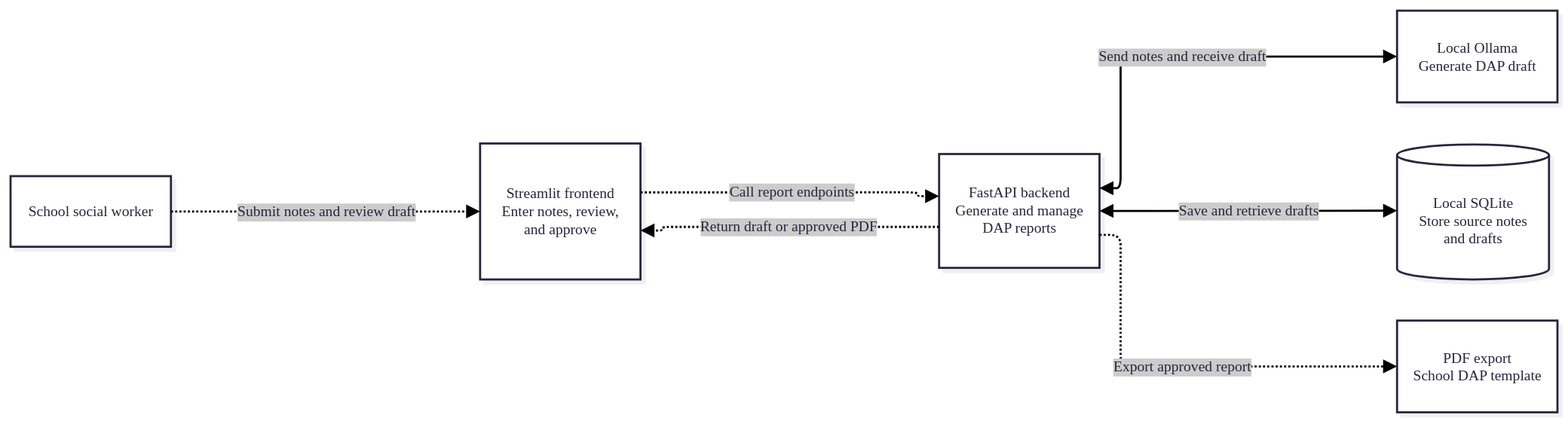
Above: .assets/arch.drawio.svg in OllieOzzy/cmsc495-social-worker-ai-assistant (draw.io), before the change. Source tidied: cells renumbered, new cells last; positions are measured from the earlier drawing's top-left corner, leaving out a move shared by most shapes.
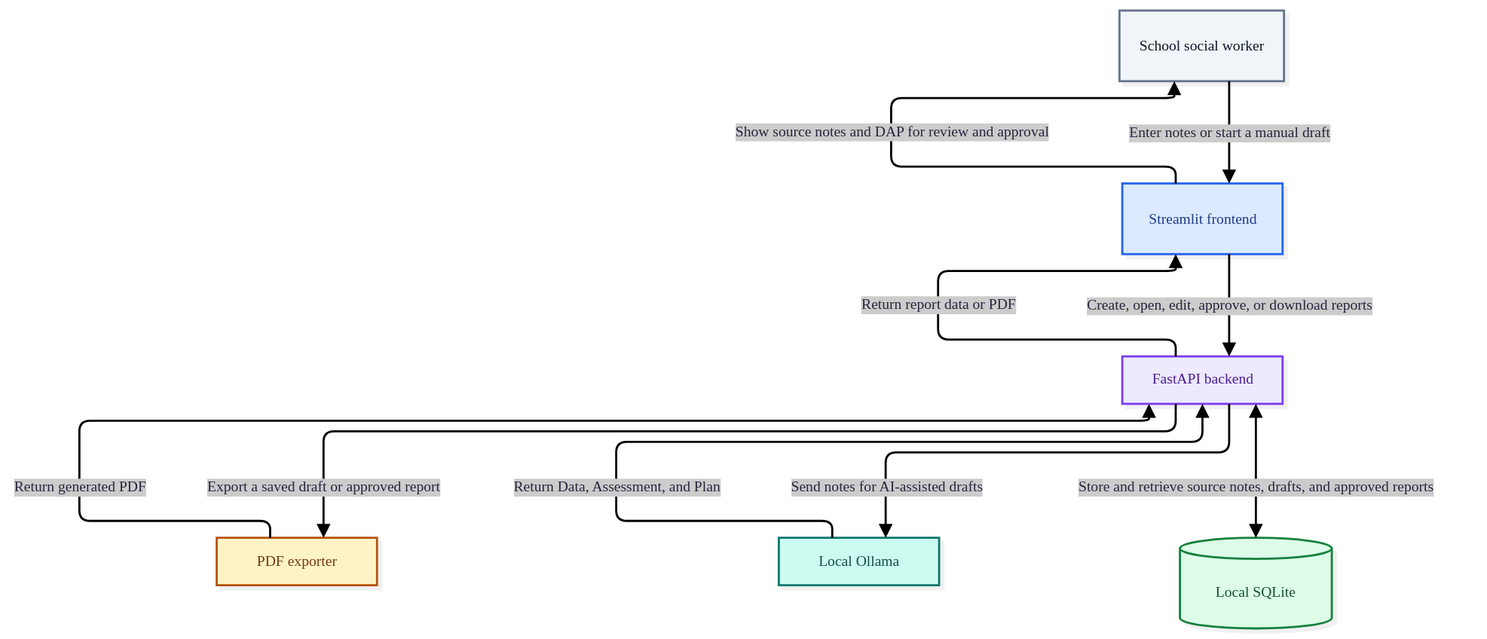
After the commit.

Commit message:
Add local llm setup guide.

The edit, as a diff of the source:
```diff
@@ -5,61 +5,106 @@
     <mxCell id="2" style="group;transparentBounds=1;editIcon=1;lockedGroup=0;groupPadding=10;" parent="1" vertex="1">
       <mxGeometry as="geometry" />
     </mxCell>
-    <mxCell id="3" value="School social worker" style="html=1;whiteSpace=wrap;strokeWidth=2;fillColor=#ffffff;strokeColor=#28253D;fontColor=#28253D;fontFamily=Recursive;fontSize=14;shadow=1;shadowColor=#000000;shadowOffsetX=4;shadowOffsetY=4;shadowBlur=0;shadowOpacity=6;labelWidth=120;fontSource=https%3A%2F%2Ffonts.googleapis.com%2Fcss%3Ffamily%3DRecursive;" parent="2" vertex="1">
-      <mxGeometry x="30" y="187" width="152" height="67" as="geometry" />
+    <mxCell id="3" value="School social worker" style="html=1;whiteSpace=wrap;strokeWidth=2;fillColor=#F1F5F9;strokeColor=#64748B;fontColor=#0F172A;fontFamily=Recursive;fontSize=14;shadow=1;shadowColor=#000000;shadowOffsetX=4;shadowOffsetY=4;shadowBlur=0;shadowOpacity=6;labelWidth=120;fontSource=https%3A%2F%2Ffonts.googleapis.com%2Fcss%3Ffamily%3DRecursive;" parent="2" vertex="1">
+      <mxGeometry x="886" y="30" width="156" height="67" as="geometry" />
     </mxCell>
-    <mxCell id="4" value="Streamlit frontend&#10;Enter notes, review, and approve" style="html=1;whiteSpace=wrap;strokeWidth=2;fillColor=#ffffff;strokeColor=#28253D;fontColor=#28253D;fontFamily=Recursive;fontSize=14;shadow=1;shadowColor=#000000;shadowOffsetX=4;shadowOffsetY=4;shadowBlur=0;shadowOpacity=6;labelWidth=120;fontSource=https%3A%2F%2Ffonts.googleapis.com%2Fcss%3Ffamily%3DRecursive;" parent="2" vertex="1">
-      <mxGeometry x="475" y="156" width="152" height="129" as="geometry" />
-    </mxCell>
-    <mxCell id="5" value="FastAPI backend&#10;Generate and manage DAP reports" style="html=1;whiteSpace=wrap;strokeWidth=2;fillColor=#ffffff;strokeColor=#28253D;fontColor=#28253D;fontFamily=Recursive;fontSize=14;shadow=1;shadowColor=#000000;shadowOffsetX=4;shadowOffsetY=4;shadowBlur=0;shadowOpacity=6;labelWidth=120;fontSource=https%3A%2F%2Ffonts.googleapis.com%2Fcss%3Ffamily%3DRecursive;" parent="2" vertex="1">
-      <mxGeometry x="910" y="166" width="152" height="108" as="geometry" />
-    </mxCell>
-    <mxCell id="6" value="Local Ollama&#10;Generate DAP draft" style="html=1;whiteSpace=wrap;strokeWidth=2;fillColor=#ffffff;strokeColor=#28253D;fontColor=#28253D;fontFamily=Recursive;fontSize=14;shadow=1;shadowColor=#000000;shadowOffsetX=4;shadowOffsetY=4;shadowBlur=0;shadowOpacity=6;labelWidth=120;fontSource=https%3A%2F%2Ffonts.googleapis.com%2Fcss%3Ffamily%3DRecursive;" parent="2" vertex="1">
-      <mxGeometry x="1344" y="30" width="152" height="87" as="geometry" />
-    </mxCell>
-    <mxCell id="7" value="Local SQLite&#10;Store source notes and drafts" style="html=1;shape=cylinder3;boundedLbl=1;backgroundOutline=1;size=10;strokeWidth=2;whiteSpace=wrap;fillColor=#ffffff;strokeColor=#28253D;fontColor=#28253D;fontFamily=Recursive;fontSize=14;shadow=1;shadowColor=#000000;shadowOffsetX=4;shadowOffsetY=4;shadowBlur=0;shadowOpacity=6;labelWidth=120;fontSource=https%3A%2F%2Ffonts.googleapis.com%2Fcss%3Ffamily%3DRecursive;" parent="2" vertex="1">
-      <mxGeometry x="1344" y="157" width="144" height="128" as="geometry" />
-    </mxCell>
-    <mxCell id="8" value="PDF export&#10;School DAP template" style="html=1;whiteSpace=wrap;strokeWidth=2;fillColor=#ffffff;strokeColor=#28253D;fontColor=#28253D;fontFamily=Recursive;fontSize=14;shadow=1;shadowColor=#000000;shadowOffsetX=4;shadowOffsetY=4;shadowBlur=0;shadowOpacity=6;labelWidth=120;fontSource=https%3A%2F%2Ffonts.googleapis.com%2Fcss%3Ffamily%3DRecursive;" parent="2" vertex="1">
-      <mxGeometry x="1344" y="324" width="152" height="87" as="geometry" />
-    </mxCell>
-    <mxCell id="9" value="Submit notes and review draft" style="edgeStyle=orthogonalEdgeStyle;rounded=1;curved=0;dashed=1;dashPattern=2 2;fixDash=1;startArrow=none;endArrow=block;endSize=8;jumpStyle=arc;jumpSize=12;strokeColor=#000000;html=1;fontSize=14;labelBackgroundColor=#cccccc;fontFamily=Recursive;fontColor=#28253D;exitX=1;exitY=0.5;entryX=0;entryY=0.5;strokeWidth=2;targetPerimeterSpacing=4;fontSource=https%3A%2F%2Ffonts.googleapis.com%2Fcss%3Ffamily%3DRecursive;" parent="2" edge="1" source="3" target="4">
-      <mxGeometry relative="1" as="geometry" />
-    </mxCell>
-    <mxCell id="10" value="Call report endpoints" style="edgeStyle=orthogonalEdgeStyle;rounded=1;curved=0;dashed=1;dashPattern=2 2;fixDash=1;startArrow=none;endArrow=block;endSize=8;jumpStyle=arc;jumpSize=12;strokeColor=#000000;html=1;fontSize=14;labelBackgroundColor=#cccccc;fontFamily=Recursive;fontColor=#28253D;exitX=1;exitY=0.36;entryX=0;entryY=0.37;strokeWidth=2;targetPerimeterSpacing=4;fontSource=https%3A%2F%2Ffonts.googleapis.com%2Fcss%3Ffamily%3DRecursive;" parent="2" edge="1" source="4" target="5">
-      <mxGeometry relative="1" as="geometry">
-        <Array as="points">
-          <mxPoint x="890" y="202" />
-          <mxPoint x="890" y="206" />
-        </Array>
-      </mxGeometry>
-    </mxCell>
-    <mxCell id="11" value="Send notes and receive draft" style="edgeStyle=orthogonalEdgeStyle;rounded=1;curved=0;startArrow=block;startSize=8;endArrow=block;endSize=8;jumpStyle=arc;jumpSize=12;strokeColor=#000000;html=1;fontSize=14;labelBackgroundColor=#cccccc;fontFamily=Recursive;fontColor=#28253D;exitX=1;exitY=0.3;entryX=0;entryY=0.5;strokeWidth=2;targetPerimeterSpacing=4;sourcePerimeterSpacing=4;fontSource=https%3A%2F%2Ffonts.googleapis.com%2Fcss%3Ffamily%3DRecursive;" parent="2" edge="1" source="5" target="6">
-      <mxGeometry relative="1" as="geometry">
-        <Array as="points">
-          <mxPoint x="1082" y="198" />
-          <mxPoint x="1082" y="73" />
-        </Array>
-      </mxGeometry>
-    </mxCell>
-    <mxCell id="12" value="Save and retrieve drafts" style="edgeStyle=orthogonalEdgeStyle;rounded=1;curved=0;startArrow=block;startSize=8;endArrow=block;endSize=8;jumpStyle=arc;jumpSize=12;strokeColor=#000000;html=1;fontSize=14;labelBackgroundColor=#cccccc;fontFamily=Recursive;fontColor=#28253D;exitX=1;exitY=0.5;entryX=0;entryY=0.49;strokeWidth=2;targetPerimeterSpacing=4;sourcePerimeterSpacing=4;fontSource=https%3A%2F%2Ffonts.googleapis.com%2Fcss%3Ffamily%3DRecursive;" parent="2" edge="1" source="5" target="7">
-      <mxGeometry relative="1" as="geometry" />
-    </mxCell>
-    <mxCell id="13" value="Export approved report" style="edgeStyle=orthogonalEdgeStyle;rounded=1;curved=0;dashed=1;dashPattern=2 2;fixDash=1;startArrow=none;endArrow=block;endSize=8;jumpStyle=arc;jumpSize=12;strokeColor=#000000;html=1;fontSize=14;labelBackgroundColor=#cccccc;fontFamily=Recursive;fontColor=#28253D;exitX=1;exitY=0.71;entryX=0;entryY=0.5;strokeWidth=2;targetPerimeterSpacing=4;fontSource=https%3A%2F%2Ffonts.googleapis.com%2Fcss%3Ffamily%3DRecursive;" parent="2" edge="1" source="5" target="8">
-      <mxGeometry relative="1" as="geometry">
-        <Array as="points">
-          <mxPoint x="1082" y="242" />
-          <mxPoint x="1082" y="367" />
-        </Array>
-      </mxGeometry>
-    </mxCell>
-    <mxCell id="14" value="Return draft or approved PDF" style="edgeStyle=orthogonalEdgeStyle;rounded=1;curved=0;dashed=1;dashPattern=2 2;fixDash=1;startArrow=none;endArrow=block;endSize=8;jumpStyle=arc;jumpSize=12;strokeColor=#000000;html=1;fontSize=14;labelBackgroundColor=#cccccc;fontFamily=Recursive;fontColor=#28253D;exitX=0;exitY=0.64;entryX=1;entryY=0.64;strokeWidth=2;targetPerimeterSpacing=4;fontSource=https%3A%2F%2Ffonts.googleapis.com%2Fcss%3Ffamily%3DRecursive;" parent="2" edge="1" source="5" target="4">
-      <mxGeometry relative="1" as="geometry">
-        <Array as="points">
-          <mxPoint x="647" y="235" />
-          <mxPoint x="647" y="238" />
-        </Array>
-      </mxGeometry>
-    </mxCell>
+    <mxCell id="15" value="Streamlit frontend" style="html=1;whiteSpace=wrap;strokeWidth=2;fillColor=#DBEAFE;strokeColor=#2563EB;fontColor=#1E3A8A;fontFamily=Recursive;fontSize=14;shadow=1;shadowColor=#000000;shadowOffsetX=4;shadowOffsetY=4;shadowBlur=0;shadowOpacity=6;labelWidth=120;fontSource=https%3A%2F%2Ffonts.googleapis.com%2Fcss%3Ffamily%3DRecursive;" parent="2" vertex="1">
+      <mxGeometry x="888.7" y="194" width="152" height="67" as="geometry" />
+    </mxCell>
+    <mxCell id="16" value="FastAPI backend" style="html=1;whiteSpace=wrap;strokeWidth=2;fillColor=#EDE9FE;strokeColor=#7C3AED;fontColor=#4C1D95;fontFamily=Recursive;fontSize=14;shadow=1;shadowColor=#000000;shadowOffsetX=4;shadowOffsetY=4;shadowBlur=0;shadowOpacity=6;fontSource=https%3A%2F%2Ffonts.googleapis.com%2Fcss%3Ffamily%3DRecursive;" parent="2" vertex="1">
+      <mxGeometry x="888.7" y="358" width="152" height="45" as="geometry" />
+    </mxCell>
+    <mxCell id="17" value="Local Ollama" style="html=1;whiteSpace=wrap;strokeWidth=2;fillColor=#CCFBF1;strokeColor=#0F766E;fontColor=#134E4A;fontFamily=Recursive;fontSize=14;shadow=1;shadowColor=#000000;shadowOffsetX=4;shadowOffsetY=4;shadowBlur=0;shadowOpacity=6;fontSource=https%3A%2F%2Ffonts.googleapis.com%2Fcss%3Ffamily%3DRecursive;" parent="2" vertex="1">
+      <mxGeometry x="563" y="530" width="152" height="45" as="geometry" />
+    </mxCell>
+    <mxCell id="18" value="Local SQLite" style="html=1;shape=cylinder3;boundedLbl=1;backgroundOutline=1;size=10;strokeWidth=2;whiteSpace=wrap;fillColor=#DCFCE7;strokeColor=#15803D;fontColor=#14532D;fontFamily=Recursive;fontSize=14;shadow=1;shadowColor=#000000;shadowOffsetX=4;shadowOffsetY=4;shadowBlur=0;shadowOpacity=6;fontSource=https%3A%2F%2Ffonts.googleapis.com%2Fcss%3Ffamily%3DRecursive;" parent="2" vertex="1">
+      <mxGeometry x="943.3" y="530" width="144" height="86" as="geometry" />
+    </mxCell>
+    <mxCell id="19" value="PDF exporter" style="html=1;whiteSpace=wrap;strokeWidth=2;fillColor=#FEF3C7;strokeColor=#B45309;fontColor=#78350F;fontFamily=Recursive;fontSize=14;shadow=1;shadowColor=#000000;shadowOffsetX=4;shadowOffsetY=4;shadowBlur=0;shadowOpacity=6;fontSource=https%3A%2F%2Ffonts.googleapis.com%2Fcss%3Ffamily%3DRecursive;" parent="2" vertex="1">
+      <mxGeometry x="30" y="530" width="152" height="45" as="geometry" />
+    </mxCell>
+    <mxCell id="20" value="Enter notes or start a manual draft" style="rounded=1;curved=0;startArrow=none;endArrow=block;endSize=8;jumpStyle=arc;jumpSize=12;strokeColor=#000000;html=1;fontSize=14;labelBackgroundColor=#cccccc;fontFamily=Recursive;fontColor=#28253D;strokeWidth=2;targetPerimeterSpacing=4;fontSource=https%3A%2F%2Ffonts.googleapis.com%2Fcss%3Ffamily%3DRecursive;edgeStyle=orthogonalEdgeStyle;exitX=0.6667;exitY=1;entryX=0.6667;entryY=0;" parent="2" edge="1" source="3" target="15">
+      <mxGeometry relative="1" as="geometry">
+        <Array as="points">
+          <mxPoint x="990" y="145.5" />
+        </Array>
+      </mxGeometry>
+    </mxCell>
+    <mxCell id="21" value="Show source notes and DAP for review and approval" style="edgeStyle=orthogonalEdgeStyle;rounded=1;curved=0;startArrow=none;endArrow=block;endSize=8;jumpStyle=arc;jumpSize=12;strokeColor=#000000;html=1;fontSize=14;labelBackgroundColor=#cccccc;fontFamily=Recursive;fontColor=#28253D;strokeWidth=2;targetPerimeterSpacing=4;fontSource=https%3A%2F%2Ffonts.googleapis.com%2Fcss%3Ffamily%3DRecursive;exitX=0.3334;exitY=0;entryX=0.3333;entryY=1;" parent="2" edge="1" source="15" target="3">
+      <mxGeometry relative="1" as="geometry">
+        <Array as="points">
+          <mxPoint x="939.3" y="178" />
+          <mxPoint x="669.5" y="178" />
+          <mxPoint x="669.5" y="113" />
+          <mxPoint x="938" y="113" />
+        </Array>
+        <mxPoint y="-0.7" as="offset" />
+      </mxGeometry>
+    </mxCell>
+    <mxCell id="22" value="Create, open, edit, approve, or download reports" style="rounded=1;curved=0;startArrow=none;endArrow=block;endSize=8;jumpStyle=arc;jumpSize=12;strokeColor=#000000;html=1;fontSize=14;labelBackgroundColor=#cccccc;fontFamily=Recursive;fontColor=#28253D;strokeWidth=2;targetPerimeterSpacing=4;fontSource=https%3A%2F%2Ffonts.googleapis.com%2Fcss%3Ffamily%3DRecursive;edgeStyle=orthogonalEdgeStyle;exitX=0.6667;exitY=1;entryX=0.6667;entryY=0;" parent="2" edge="1" source="15" target="16">
+      <mxGeometry relative="1" as="geometry">
+        <Array as="points">
+          <mxPoint x="990" y="309.5" />
+        </Array>
+      </mxGeometry>
+    </mxCell>
+    <mxCell id="23" value="Return report data or PDF" style="edgeStyle=orthogonalEdgeStyle;rounded=1;curved=0;startArrow=none;endArrow=block;endSize=8;jumpStyle=arc;jumpSize=12;strokeColor=#000000;html=1;fontSize=14;labelBackgroundColor=#cccccc;fontFamily=Recursive;fontColor=#28253D;strokeWidth=2;targetPerimeterSpacing=4;fontSource=https%3A%2F%2Ffonts.googleapis.com%2Fcss%3Ffamily%3DRecursive;exitX=0.3334;exitY=0;entryX=0.3334;entryY=1;" parent="2" edge="1" source="16" target="15">
+      <mxGeometry relative="1" as="geometry">
+        <Array as="points">
+          <mxPoint x="939.3" y="342" />
+          <mxPoint x="714" y="342" />
+          <mxPoint x="714" y="277" />
+          <mxPoint x="939.3" y="277" />
+        </Array>
+      </mxGeometry>
+    </mxCell>
+    <mxCell id="24" value="Send notes for AI-assisted drafts" style="rounded=1;curved=0;startArrow=none;endArrow=block;endSize=8;jumpStyle=arc;jumpSize=12;strokeColor=#000000;html=1;fontSize=14;labelBackgroundColor=#cccccc;fontFamily=Recursive;fontColor=#28253D;strokeWidth=2;targetPerimeterSpacing=4;fontSource=https%3A%2F%2Ffonts.googleapis.com%2Fcss%3Ffamily%3DRecursive;edgeStyle=orthogonalEdgeStyle;exitX=0.6667;exitY=1;entryX=0.6666;entryY=0;" parent="2" edge="1" source="16" target="17">
+      <mxGeometry relative="1" as="geometry">
+        <Array as="points">
+          <mxPoint x="990" y="449" />
+          <mxPoint x="664.3" y="449" />
+        </Array>
+        <mxPoint x="-145.3" y="32.5" as="offset" />
+      </mxGeometry>
+    </mxCell>
+    <mxCell id="25" value="Return Data, Assessment, and Plan" style="edgeStyle=orthogonalEdgeStyle;rounded=1;curved=0;startArrow=none;endArrow=block;endSize=8;jumpStyle=arc;jumpSize=12;strokeColor=#000000;html=1;fontSize=14;labelBackgroundColor=#cccccc;fontFamily=Recursive;fontColor=#28253D;strokeWidth=2;targetPerimeterSpacing=4;fontSource=https%3A%2F%2Ffonts.googleapis.com%2Fcss%3Ffamily%3DRecursive;exitX=0.3333;exitY=0;entryX=0.5;entryY=1;" parent="2" edge="1" source="17" target="16">
+      <mxGeometry relative="1" as="geometry">
+        <Array as="points">
+          <mxPoint x="613.7" y="514" />
+          <mxPoint x="408.8" y="514" />
+          <mxPoint x="408.8" y="439" />
+          <mxPoint x="964.7" y="439" />
+        </Array>
+        <mxPoint x="-148" y="42.5" as="offset" />
+      </mxGeometry>
+    </mxCell>
+    <mxCell id="26" value="Store and retrieve source notes, drafts, and approved reports" style="rounded=1;curved=0;startArrow=block;startSize=8;endArrow=block;endSize=8;jumpStyle=arc;jumpSize=12;strokeColor=#000000;html=1;fontSize=14;labelBackgroundColor=#cccccc;fontFamily=Recursive;fontColor=#28253D;strokeWidth=2;targetPerimeterSpacing=4;sourcePerimeterSpacing=4;fontSource=https%3A%2F%2Ffonts.googleapis.com%2Fcss%3Ffamily%3DRecursive;edgeStyle=orthogonalEdgeStyle;exitX=0.8334;exitY=1;entryX=0.5;entryY=0;" parent="2" edge="1" source="16" target="18">
+      <mxGeometry relative="1" as="geometry">
+        <Array as="points">
+          <mxPoint x="1015.3" y="466.5" />
+        </Array>
+        <mxPoint y="15" as="offset" />
+      </mxGeometry>
+    </mxCell>
+    <mxCell id="27" value="Export a saved draft or approved report" style="rounded=1;curved=0;startArrow=none;endArrow=block;endSize=8;jumpStyle=arc;jumpSize=12;strokeColor=#000000;html=1;fontSize=14;labelBackgroundColor=#cccccc;fontFamily=Recursive;fontColor=#28253D;strokeWidth=2;targetPerimeterSpacing=4;fontSource=https%3A%2F%2Ffonts.googleapis.com%2Fcss%3Ffamily%3DRecursive;edgeStyle=orthogonalEdgeStyle;exitX=0.3334;exitY=1;entryX=0.6666;entryY=0;" parent="2" edge="1" source="16" target="19">
+      <mxGeometry relative="1" as="geometry">
+        <Array as="points">
+          <mxPoint x="939.3" y="429" />
+          <mxPoint x="131.3" y="429" />
+        </Array>
+        <mxPoint x="-366.5" y="52.5" as="offset" />
+      </mxGeometry>
+    </mxCell>
+    <mxCell id="28" value="Return generated PDF" style="edgeStyle=orthogonalEdgeStyle;rounded=1;curved=0;startArrow=none;endArrow=block;endSize=8;jumpStyle=arc;jumpSize=12;strokeColor=#000000;html=1;fontSize=14;labelBackgroundColor=#cccccc;fontFamily=Recursive;fontColor=#28253D;strokeWidth=2;targetPerimeterSpacing=4;fontSource=https%3A%2F%2Ffonts.googleapis.com%2Fcss%3Ffamily%3DRecursive;exitX=0.3333;exitY=0;entryX=0.1667;entryY=1;" parent="2" edge="1" source="19" target="16">
+      <mxGeometry relative="1" as="geometry">
+        <Array as="points">
+          <mxPoint x="80.7" y="514" />
+          <mxPoint x="-100.2" y="514" />
+          <mxPoint x="-100.2" y="419" />
+          <mxPoint x="914" y="419" />
+        </Array>
+        <mxPoint x="-369.2" y="62.5" as="offset" />
+      </mxGeometry>
+    </mxCell>
   </root>
 </mxGraphModel>
```
